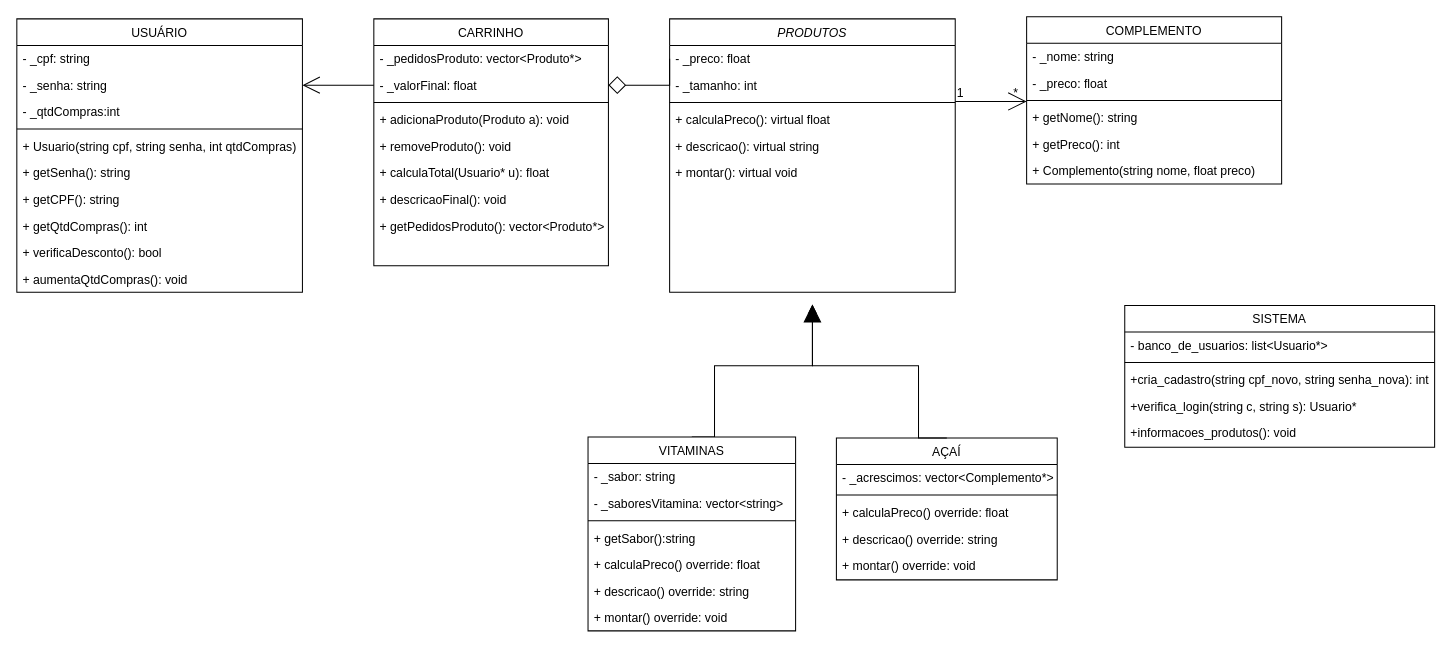
Before: DiagramaDeClasses.drawio in leticiaacs/TPFinal, a draw.io diagram. Source tidied: cells renumbered, new cells numbered last; positions are measured from the earlier drawing's top-left corner, leaving out a move shared by most shapes. Both pictures are drawn from the tidied source at 102%, with x=0, y=0 at pixel (16, 16).
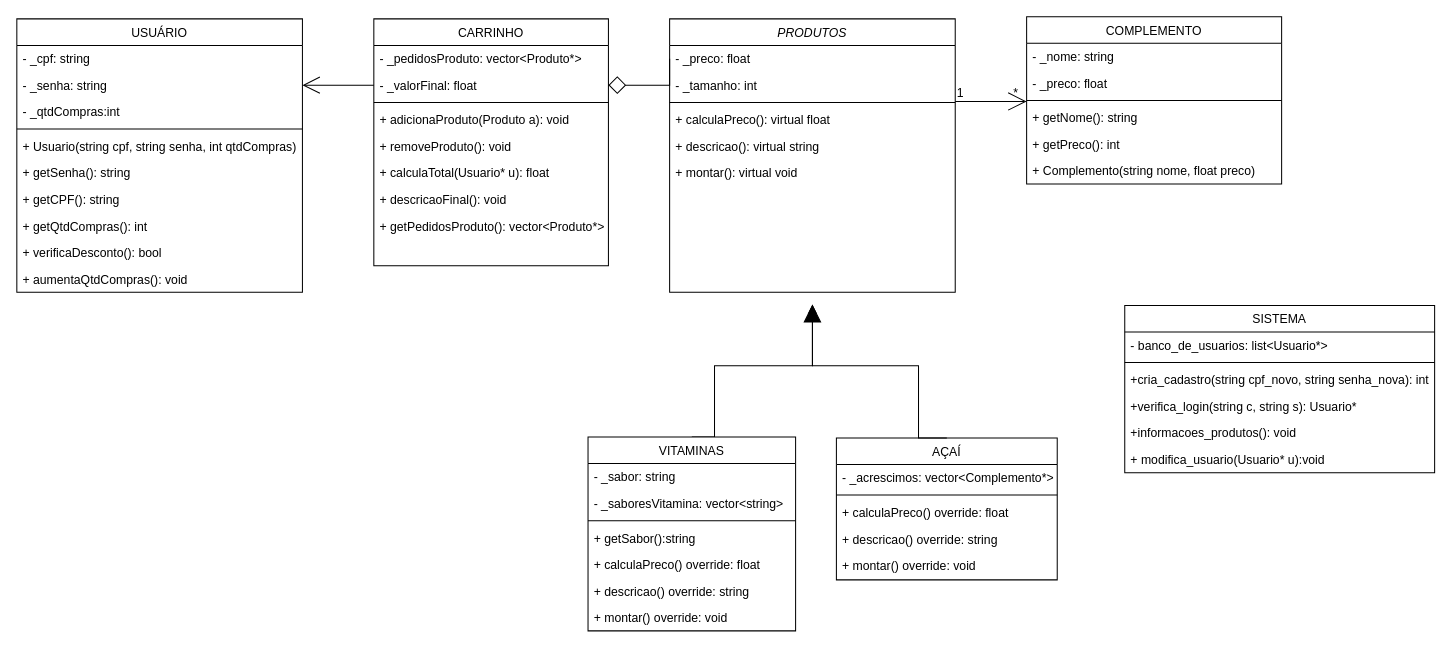
The same diagram, later.

Commit message:
adc nova funcao

What changed in the source:
```diff
@@
     <mxCell id="55" value="SISTEMA" style="swimlane;fontStyle=0;align=center;verticalAlign=top;horizontal=1;startSize=26;rounded=0;shadow=0;strokeWidth=1;" parent="1" vertex="1">
-      <mxGeometry x="1086.2" y="282.9" width="303.8" height="139.1" as="geometry" />
+      <mxGeometry x="1086.2" y="282.9" width="303.8" height="164" as="geometry" />
     </mxCell>
@@
+    <mxCell id="63" value="+ modifica_usuario(Usuario* u):void" style="text;align=left;verticalAlign=top;spacingLeft=4;spacingRight=4;overflow=hidden;" parent="55" vertex="1">
+      <mxGeometry y="138" width="303.8" height="26" as="geometry" />
+    </mxCell>
```
